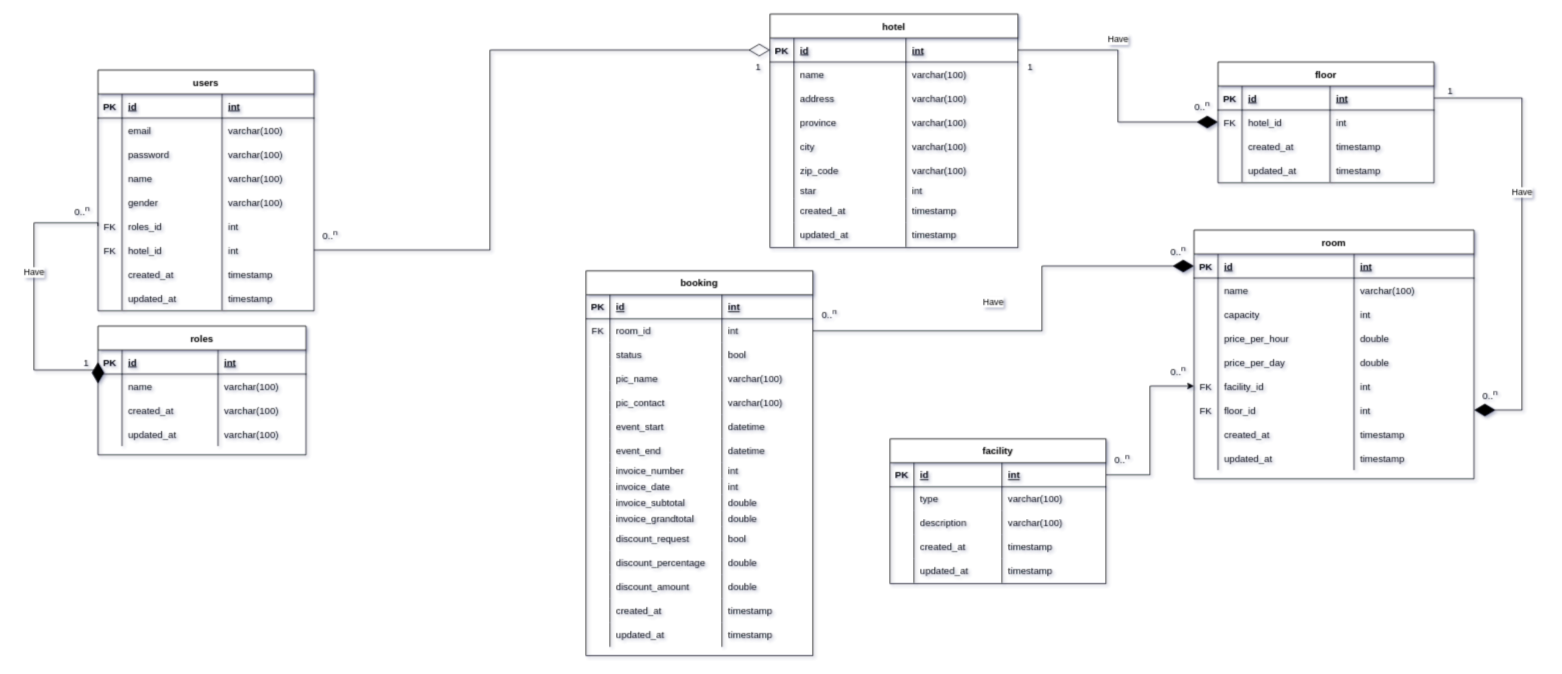
Earlier version of the draw.io diagram page "NEW ERD Master" (4 of 5) of entity_relationship_diagram/Booking_hotel.drawio (ariejanuarb/hotel_booking). Source tidied: cells renumbered, new cells numbered last; positions are measured from the earlier drawing's top-left corner, leaving out a move shared by most shapes. Both pictures are drawn from the tidied source at 80%, with x=0, y=0 at pixel (34, 14).
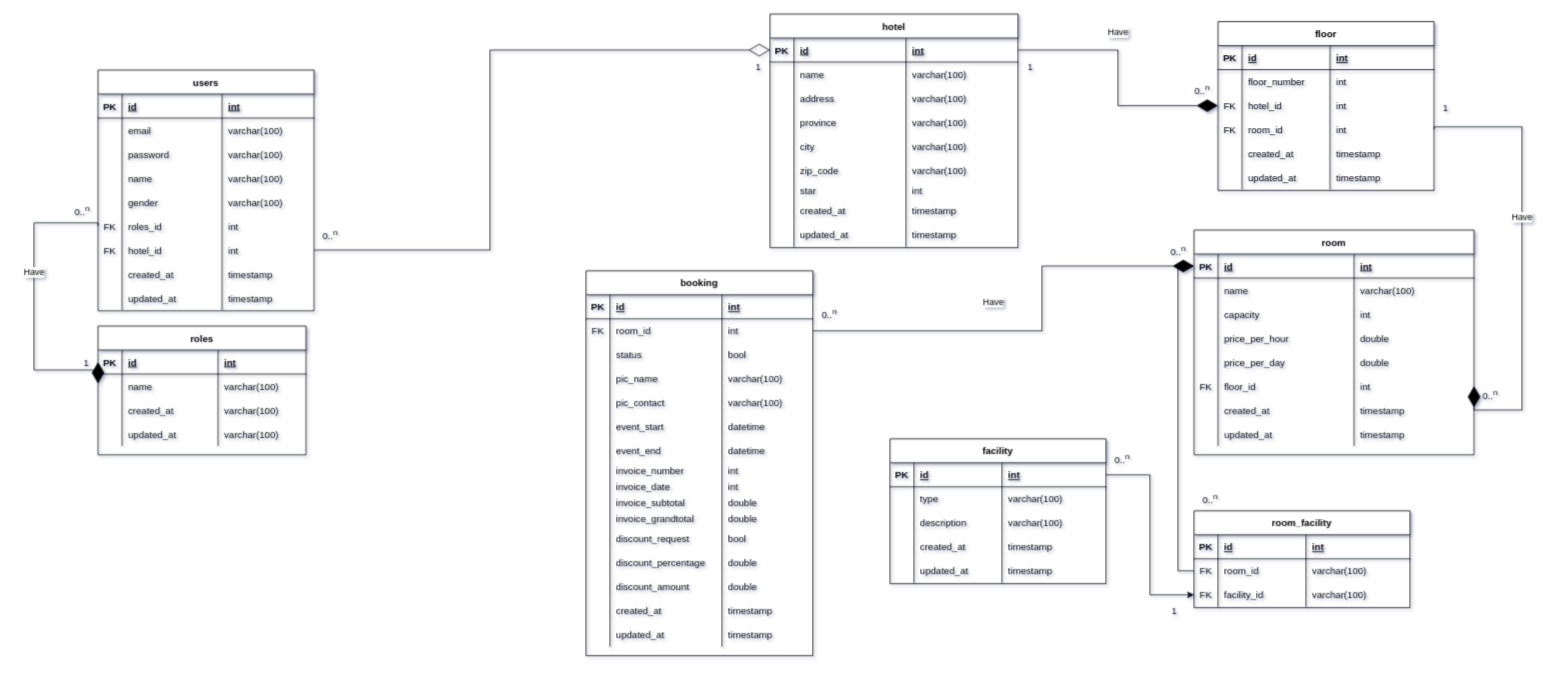
The same diagram, later.

The change refers to these unchanged cells:
```xml
<mxCell id="57" style="shape=partialRectangle;fillColor=none;points=[[0,0.5],[1,0.5]];portConstraint=eastwest;top=0;left=0;right=0;bottom=1;" parent="56" vertex="1">
  <mxGeometry y="30" width="270" height="30" as="geometry" />
</mxCell>
<mxCell id="74" style="shape=partialRectangle;fillColor=none;points=[[0,0.5],[1,0.5]];portConstraint=eastwest;top=0;left=0;right=0;bottom=1;" parent="73" vertex="1">
  <mxGeometry y="30" width="350" height="30" as="geometry" />
</mxCell>
<mxCell id="232" style="shape=partialRectangle;fillColor=none;points=[[0,0.5],[1,0.5]];portConstraint=eastwest;top=0;left=0;right=0;bottom=1;" parent="231" vertex="1">
  <mxGeometry y="30" width="270" height="30" as="geometry" />
</mxCell>
```

Diff of the diagram source:
```diff
@@
     <mxCell id="56" value="floor" style="shape=table;startSize=30;childLayout=tableLayout;rowLines=0;fontStyle=1;align=center;" parent="1" vertex="1">
-      <mxGeometry x="1480" y="60" width="270" height="151" as="geometry" />
+      <mxGeometry x="1480" y="9.5" width="270" height="211" as="geometry" />
     </mxCell>
@@
+    <mxCell id="257" style="shape=partialRectangle;fillColor=none;top=0;left=0;right=0;bottom=0;" parent="56" vertex="1">
+      <mxGeometry y="60" width="270" height="30" as="geometry" />
+    </mxCell>
+    <mxCell id="258" style="shape=partialRectangle;overflow=hidden;fillColor=none;top=0;left=0;bottom=0;right=0;" parent="257" vertex="1">
+      <mxGeometry width="30" height="30" as="geometry" />
+    </mxCell>
+    <mxCell id="259" value="floor_number" style="shape=partialRectangle;overflow=hidden;fillColor=none;top=0;left=0;bottom=0;right=0;align=left;spacingLeft=6;" parent="257" vertex="1">
+      <mxGeometry x="30" width="110" height="30" as="geometry" />
+    </mxCell>
+    <mxCell id="260" value="int" style="shape=partialRectangle;overflow=hidden;fillColor=none;top=0;left=0;bottom=0;right=0;align=left;spacingLeft=6;" parent="257" vertex="1">
+      <mxGeometry x="140" width="130" height="30" as="geometry" />
+    </mxCell>
     <mxCell id="61" style="shape=partialRectangle;fillColor=none;points=[[0,0.5],[1,0.5]];portConstraint=eastwest;top=0;left=0;right=0;bottom=0;" parent="56" vertex="1">
-      <mxGeometry y="60" width="270" height="30" as="geometry" />
+      <mxGeometry y="90" width="270" height="30" as="geometry" />
     </mxCell>
@@
+    <mxCell id="261" style="shape=partialRectangle;fillColor=none;points=[[0,0.5],[1,0.5]];portConstraint=eastwest;top=0;left=0;right=0;bottom=0;" parent="56" vertex="1">
+      <mxGeometry y="120" width="270" height="30" as="geometry" />
+    </mxCell>
+    <mxCell id="262" value="FK" style="shape=partialRectangle;overflow=hidden;fillColor=none;top=0;left=0;bottom=0;right=0;" parent="261" vertex="1">
+      <mxGeometry width="30" height="30" as="geometry" />
+    </mxCell>
+    <mxCell id="263" value="room_id" style="shape=partialRectangle;overflow=hidden;fillColor=none;top=0;left=0;bottom=0;right=0;align=left;spacingLeft=6;" parent="261" vertex="1">
+      <mxGeometry x="30" width="110" height="30" as="geometry" />
+    </mxCell>
+    <mxCell id="264" value="int" style="shape=partialRectangle;overflow=hidden;fillColor=none;top=0;left=0;bottom=0;right=0;align=left;spacingLeft=6;" parent="261" vertex="1">
+      <mxGeometry x="140" width="130" height="30" as="geometry" />
+    </mxCell>
     <mxCell id="65" style="shape=partialRectangle;fillColor=none;top=0;left=0;right=0;bottom=0;" parent="56" vertex="1">
-      <mxGeometry y="90" width="270" height="30" as="geometry" />
+      <mxGeometry y="150" width="270" height="30" as="geometry" />
     </mxCell>
@@
     <mxCell id="69" style="shape=partialRectangle;fillColor=none;top=0;left=0;right=0;bottom=0;" parent="56" vertex="1">
-      <mxGeometry y="120" width="270" height="30" as="geometry" />
+      <mxGeometry y="180" width="270" height="30" as="geometry" />
     </mxCell>
@@
     <mxCell id="73" value="room" style="shape=table;startSize=30;childLayout=tableLayout;rowLines=0;fontStyle=1;align=center;" parent="1" vertex="1">
-      <mxGeometry x="1450" y="270" width="350" height="311" as="geometry" />
+      <mxGeometry x="1450" y="270" width="350" height="281" as="geometry" />
     </mxCell>
@@
-    <mxCell id="94" style="shape=partialRectangle;fillColor=none;points=[[0,0.5],[1,0.5]];portConstraint=eastwest;top=0;left=0;right=0;bottom=0;" parent="73" vertex="1">
-      <mxGeometry y="180" width="350" height="30" as="geometry" />
-    </mxCell>
-    <mxCell id="95" value="FK" style="shape=partialRectangle;overflow=hidden;fillColor=none;top=0;left=0;bottom=0;right=0;" parent="94" vertex="1">
-      <mxGeometry width="30" height="30" as="geometry" />
-    </mxCell>
-    <mxCell id="96" value="facility_id" style="shape=partialRectangle;overflow=hidden;fillColor=none;top=0;left=0;bottom=0;right=0;align=left;spacingLeft=6;" parent="94" vertex="1">
-      <mxGeometry x="30" width="170" height="30" as="geometry" />
-    </mxCell>
-    <mxCell id="97" value="int" style="shape=partialRectangle;overflow=hidden;fillColor=none;top=0;left=0;bottom=0;right=0;align=left;spacingLeft=6;" parent="94" vertex="1">
-      <mxGeometry x="200" width="150" height="30" as="geometry" />
-    </mxCell>
     <mxCell id="98" style="shape=partialRectangle;fillColor=none;points=[[0,0.5],[1,0.5]];portConstraint=eastwest;top=0;left=0;right=0;bottom=0;" parent="73" vertex="1">
-      <mxGeometry y="210" width="350" height="30" as="geometry" />
+      <mxGeometry y="180" width="350" height="30" as="geometry" />
     </mxCell>
@@
     <mxCell id="102" style="shape=partialRectangle;fillColor=none;top=0;left=0;right=0;bottom=0;" parent="73" vertex="1">
-      <mxGeometry y="240" width="350" height="30" as="geometry" />
+      <mxGeometry y="210" width="350" height="30" as="geometry" />
     </mxCell>
@@
     <mxCell id="106" style="shape=partialRectangle;fillColor=none;top=0;left=0;right=0;bottom=0;" parent="73" vertex="1">
-      <mxGeometry y="270" width="350" height="30" as="geometry" />
+      <mxGeometry y="240" width="350" height="30" as="geometry" />
     </mxCell>
@@
     <mxCell id="153" value="0..&lt;sup&gt;n&lt;/sup&gt;" style="text;html=1;align=center;verticalAlign=middle;strokeColor=none;fillColor=none;" parent="1" vertex="1">
-      <mxGeometry x="1440" y="100" width="40" height="30" as="geometry" />
+      <mxGeometry x="1440" y="79" width="40" height="30" as="geometry" />
     </mxCell>
-    <mxCell id="154" style="endArrow=diamondThin;endFill=1;endSize=24;html=1;rounded=0;edgeStyle=orthogonalEdgeStyle;entryX=1;entryY=0.5;entryDx=0;entryDy=0;exitX=1;exitY=0.5;exitDx=0;exitDy=0;" parent="1" edge="1" source="57" target="98">
+    <mxCell id="154" style="endArrow=diamondThin;endFill=1;endSize=24;html=1;rounded=0;edgeStyle=orthogonalEdgeStyle;entryX=1;entryY=0.5;entryDx=0;entryDy=0;exitX=1;exitY=0.5;exitDx=0;exitDy=0;" parent="1" edge="1" source="261" target="98">
       <mxGeometry relative="1" as="geometry">
         <Array as="points">
-          <mxPoint x="1860" y="105" />
+          <mxPoint x="1750" y="141" />
+          <mxPoint x="1860" y="141" />
           <mxPoint x="1860" y="495" />
+          <mxPoint x="1800" y="495" />
         </Array>
       </mxGeometry>
     </mxCell>
@@
     <mxCell id="156" value="1" style="text;html=1;align=center;verticalAlign=middle;strokeColor=none;fillColor=none;" parent="1" vertex="1">
-      <mxGeometry x="1755" y="81" width="30" height="30" as="geometry" />
+      <mxGeometry x="1749" y="103" width="30" height="30" as="geometry" />
     </mxCell>
@@
-    <mxCell id="252" style="edgeStyle=orthogonalEdgeStyle;rounded=0;jettySize=auto;html=1;exitX=1;exitY=0.5;exitDx=0;exitDy=0;entryX=0;entryY=0.5;entryDx=0;entryDy=0;" parent="1" edge="1" source="232" target="94">
+    <mxCell id="252" style="edgeStyle=orthogonalEdgeStyle;rounded=0;jettySize=auto;html=1;exitX=1;exitY=0.5;exitDx=0;exitDy=0;" parent="1" edge="1" source="232" target="274">
       <mxGeometry relative="1" as="geometry" />
     </mxCell>
@@
     <mxCell id="254" value="0..&lt;sup&gt;n&lt;/sup&gt;" style="text;html=1;align=center;verticalAlign=middle;strokeColor=none;fillColor=none;" parent="1" vertex="1">
-      <mxGeometry x="1410" y="431" width="40" height="30" as="geometry" />
+      <mxGeometry x="1450" y="591" width="40" height="30" as="geometry" />
     </mxCell>
@@
+    <mxCell id="265" value="room_facility" style="shape=table;startSize=30;childLayout=tableLayout;rowLines=0;fontStyle=1;align=center;" parent="1" vertex="1">
+      <mxGeometry x="1450" y="621" width="270" height="121" as="geometry" />
+    </mxCell>
+    <mxCell id="266" style="shape=partialRectangle;fillColor=none;top=0;left=0;right=0;bottom=1;" parent="265" vertex="1">
+      <mxGeometry y="30" width="270" height="30" as="geometry" />
+    </mxCell>
+    <mxCell id="267" value="PK" style="shape=partialRectangle;overflow=hidden;fillColor=none;top=0;left=0;bottom=0;right=0;fontStyle=1;" parent="266" vertex="1">
+      <mxGeometry width="30" height="30" as="geometry" />
+    </mxCell>
+    <mxCell id="268" value="id" style="shape=partialRectangle;overflow=hidden;fillColor=none;top=0;left=0;bottom=0;right=0;align=left;spacingLeft=6;fontStyle=5;" parent="266" vertex="1">
+      <mxGeometry x="30" width="110" height="30" as="geometry" />
+    </mxCell>
+    <mxCell id="269" value="int" style="shape=partialRectangle;overflow=hidden;fillColor=none;top=0;left=0;bottom=0;right=0;align=left;spacingLeft=6;fontStyle=5;" parent="266" vertex="1">
+      <mxGeometry x="140" width="130" height="30" as="geometry" />
+    </mxCell>
+    <mxCell id="270" style="shape=partialRectangle;fillColor=none;points=[[0,0.5],[1,0.5]];portConstraint=eastwest;top=0;left=0;right=0;bottom=0;" parent="265" vertex="1">
+      <mxGeometry y="60" width="270" height="30" as="geometry" />
+    </mxCell>
+    <mxCell id="271" value="FK" style="shape=partialRectangle;overflow=hidden;fillColor=none;top=0;left=0;bottom=0;right=0;" parent="270" vertex="1">
+      <mxGeometry width="30" height="30" as="geometry" />
+    </mxCell>
+    <mxCell id="272" value="room_id" style="shape=partialRectangle;overflow=hidden;fillColor=none;top=0;left=0;bottom=0;right=0;align=left;spacingLeft=6;" parent="270" vertex="1">
+      <mxGeometry x="30" width="110" height="30" as="geometry" />
+    </mxCell>
+    <mxCell id="273" value="varchar(100)" style="shape=partialRectangle;overflow=hidden;fillColor=none;top=0;left=0;bottom=0;right=0;align=left;spacingLeft=6;" parent="270" vertex="1">
+      <mxGeometry x="140" width="130" height="30" as="geometry" />
+    </mxCell>
+    <mxCell id="274" style="shape=partialRectangle;fillColor=none;points=[[0,0.5],[1,0.5]];portConstraint=eastwest;top=0;left=0;right=0;bottom=0;" parent="265" vertex="1">
+      <mxGeometry y="90" width="270" height="30" as="geometry" />
+    </mxCell>
+    <mxCell id="275" value="FK" style="shape=partialRectangle;overflow=hidden;fillColor=none;top=0;left=0;bottom=0;right=0;" parent="274" vertex="1">
+      <mxGeometry width="30" height="30" as="geometry" />
+    </mxCell>
+    <mxCell id="96" value="facility_id" style="shape=partialRectangle;overflow=hidden;fillColor=none;top=0;left=0;bottom=0;right=0;align=left;spacingLeft=6;" parent="274" vertex="1">
+      <mxGeometry x="30" width="110" height="30" as="geometry" />
+    </mxCell>
+    <mxCell id="276" value="varchar(100)" style="shape=partialRectangle;overflow=hidden;fillColor=none;top=0;left=0;bottom=0;right=0;align=left;spacingLeft=6;" parent="274" vertex="1">
+      <mxGeometry x="140" width="130" height="30" as="geometry" />
+    </mxCell>
+    <mxCell id="277" style="edgeStyle=orthogonalEdgeStyle;rounded=0;jettySize=auto;html=1;exitX=0;exitY=0.5;exitDx=0;exitDy=0;entryX=0;entryY=0.5;entryDx=0;entryDy=0;" parent="1" edge="1" source="270" target="74">
+      <mxGeometry relative="1" as="geometry" />
+    </mxCell>
+    <mxCell id="278" value="1" style="text;html=1;align=center;verticalAlign=middle;strokeColor=none;fillColor=none;" parent="1" vertex="1">
+      <mxGeometry x="1410" y="731" width="30" height="30" as="geometry" />
+    </mxCell>
```
